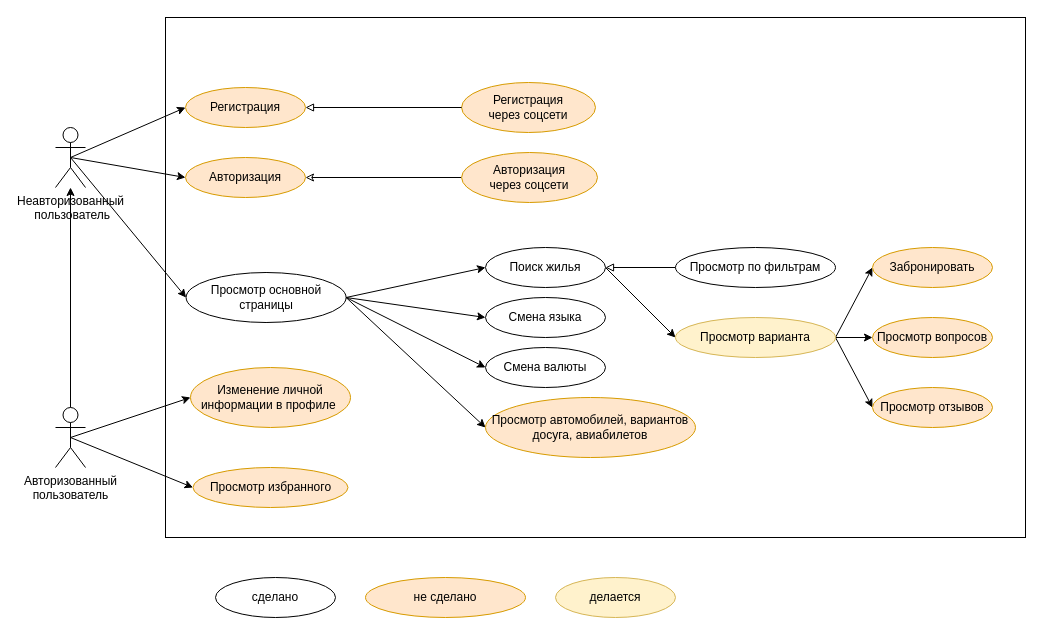
This is uml.drawio from david-d25/testing-labwork3, a draw.io file, before an edit. Source tidied: cells renumbered, new cells numbered last; positions are measured from the earlier drawing's top-left corner, leaving out a move shared by most shapes. Both pictures are drawn from the tidied source at 100%, with x=0, y=0 at pixel (55, 17).
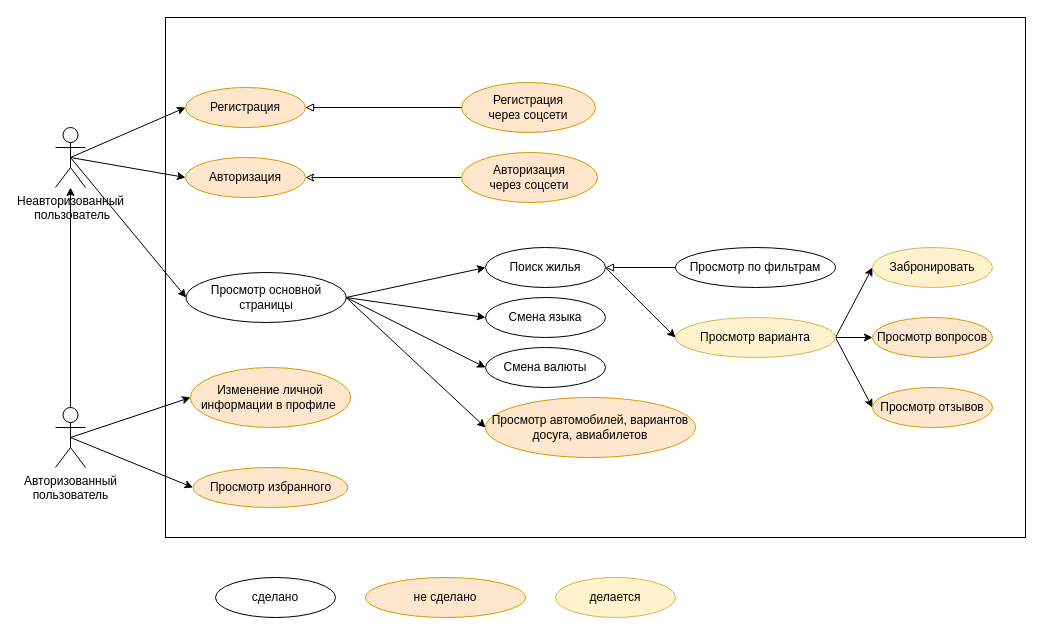
Above is the later version.

Change to the diagram source:
```diff
@@
-    <mxCell id="35" value="Забронировать" style="ellipse;whiteSpace=wrap;html=1;fillColor=#ffe6cc;strokeColor=#d79b00;" parent="1" vertex="1">
+    <mxCell id="35" value="Забронировать" style="ellipse;whiteSpace=wrap;html=1;fillColor=#fff2cc;strokeColor=#d6b656;" parent="1" vertex="1">
       <mxGeometry x="817" y="230" width="120" height="40" as="geometry" />
     </mxCell>
```
